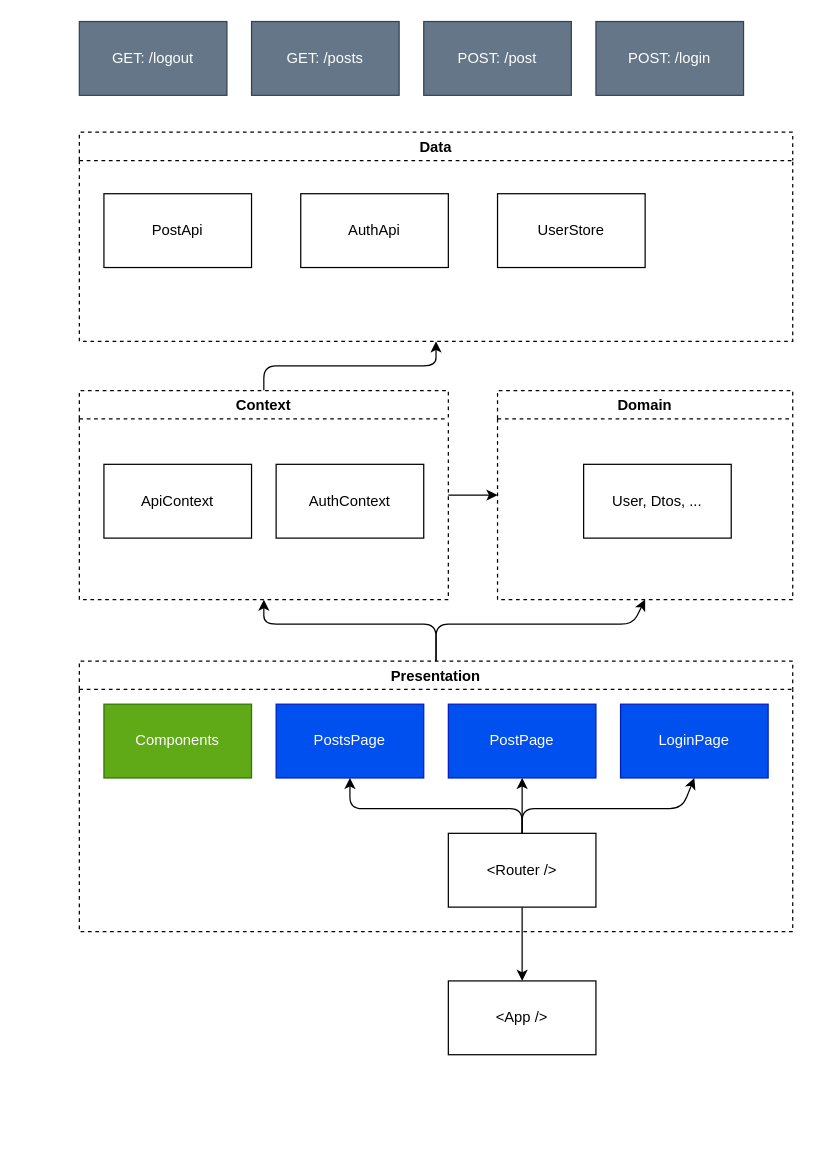
Earlier version of the draw.io diagram app/arch.dio (BrunoSilvaDF/projeto-padrao). Source tidied: cells renumbered, new cells numbered last; positions are measured from the earlier drawing's top-left corner, leaving out a move shared by most shapes. Both pictures are drawn from the tidied source at 123%, with x=0, y=0 at pixel (79, 21).
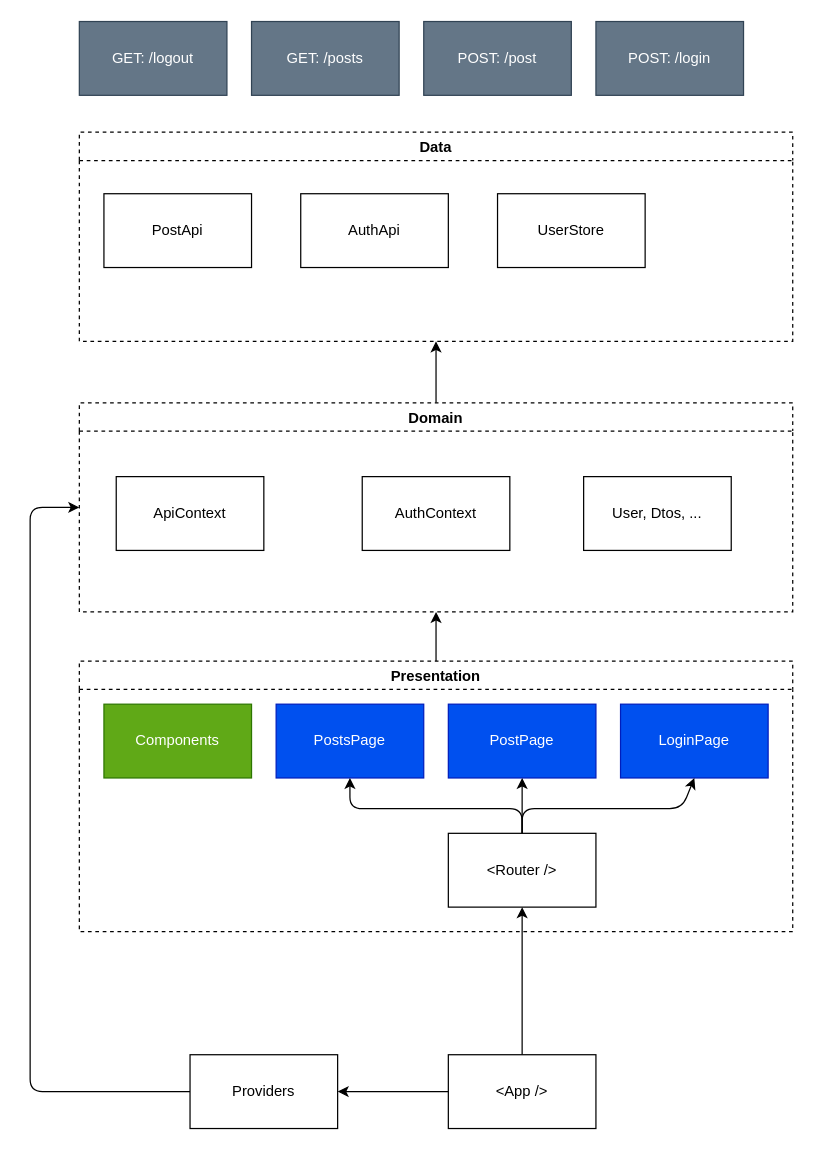
The same diagram, later.

Unchanged cells that the change refers to:
```xml
<mxCell id="6" value="Data" style="swimlane;dashed=1;fillColor=default;" parent="1" vertex="1">
  <mxGeometry y="90" width="580" height="170" as="geometry" />
</mxCell>
<mxCell id="17" value="Presentation" style="swimlane;dashed=1;fillColor=default;" parent="1" vertex="1">
  <mxGeometry y="520" width="580" height="220" as="geometry" />
</mxCell>
<mxCell id="25" value="&amp;lt;Router /&amp;gt;" style="rounded=0;whiteSpace=wrap;html=1;fillColor=default;" parent="17" vertex="1">
  <mxGeometry x="300" y="140" width="120" height="60" as="geometry" />
</mxCell>
```

Diff of the diagram source:
```diff
@@
-    <mxCell id="10" style="edgeStyle=none;html=1;entryX=0;entryY=0.5;entryDx=0;entryDy=0;" parent="1" edge="1" source="12" target="26">
-      <mxGeometry relative="1" as="geometry" />
-    </mxCell>
-    <mxCell id="11" style="edgeStyle=none;html=1;entryX=0.5;entryY=1;entryDx=0;entryDy=0;exitX=0.5;exitY=0;exitDx=0;exitDy=0;" parent="1" edge="1" source="12" target="6">
-      <mxGeometry relative="1" as="geometry">
-        <Array as="points">
-          <mxPoint x="150" y="280" />
-          <mxPoint x="290" y="280" />
-        </Array>
-      </mxGeometry>
+    <mxCell id="11" style="edgeStyle=none;html=1;entryX=0.5;entryY=1;entryDx=0;entryDy=0;" parent="1" edge="1" source="12" target="6">
+      <mxGeometry relative="1" as="geometry" />
     </mxCell>
-    <mxCell id="12" value="Context" style="swimlane;dashed=1;fillColor=default;" parent="1" vertex="1">
-      <mxGeometry y="300" width="300" height="170" as="geometry" />
+    <mxCell id="12" value="Domain" style="swimlane;dashed=1;fillColor=default;startSize=23;" parent="1" vertex="1">
+      <mxGeometry y="310" width="580" height="170" as="geometry" />
     </mxCell>
     <mxCell id="13" value="ApiContext" style="rounded=0;whiteSpace=wrap;html=1;fillColor=default;" parent="12" vertex="1">
-      <mxGeometry x="20" y="60" width="120" height="60" as="geometry" />
+      <mxGeometry x="30" y="60" width="120" height="60" as="geometry" />
     </mxCell>
     <mxCell id="14" value="AuthContext" style="rounded=0;whiteSpace=wrap;html=1;fillColor=default;" parent="12" vertex="1">
-      <mxGeometry x="160" y="60" width="120" height="60" as="geometry" />
+      <mxGeometry x="230" y="60" width="120" height="60" as="geometry" />
     </mxCell>
+    <mxCell id="27" value="User, Dtos, ..." style="rounded=0;whiteSpace=wrap;html=1;fillColor=default;" parent="12" vertex="1">
+      <mxGeometry x="410" y="60" width="120" height="60" as="geometry" />
+    </mxCell>
-    <mxCell id="15" style="edgeStyle=none;html=1;entryX=0.5;entryY=1;entryDx=0;entryDy=0;exitX=0.5;exitY=0;exitDx=0;exitDy=0;" parent="1" edge="1" source="17" target="12">
-      <mxGeometry relative="1" as="geometry">
-        <Array as="points">
-          <mxPoint x="290" y="490" />
-          <mxPoint x="150" y="490" />
-        </Array>
-      </mxGeometry>
+    <mxCell id="15" style="edgeStyle=none;html=1;exitX=0.5;exitY=0;exitDx=0;exitDy=0;entryX=0.5;entryY=1;entryDx=0;entryDy=0;" parent="1" edge="1" source="17" target="12">
+      <mxGeometry relative="1" as="geometry" />
     </mxCell>
-    <mxCell id="16" style="edgeStyle=none;html=1;entryX=0.5;entryY=1;entryDx=0;entryDy=0;" parent="1" edge="1" target="26">
-      <mxGeometry relative="1" as="geometry">
-        <mxPoint x="290" y="520" as="sourcePoint" />
-        <Array as="points">
-          <mxPoint x="290" y="490" />
-          <mxPoint x="450" y="490" />
-        </Array>
-      </mxGeometry>
-    </mxCell>
@@
-    <mxCell id="26" value="Domain" style="swimlane;dashed=1;fillColor=default;" parent="1" vertex="1">
-      <mxGeometry x="340" y="300" width="240" height="170" as="geometry" />
-    </mxCell>
-    <mxCell id="27" value="User, Dtos, ..." style="rounded=0;whiteSpace=wrap;html=1;fillColor=default;" parent="26" vertex="1">
-      <mxGeometry x="70" y="60" width="120" height="60" as="geometry" />
-    </mxCell>
+    <mxCell id="30" style="edgeStyle=none;html=1;" parent="1" edge="1" source="28" target="33">
+      <mxGeometry relative="1" as="geometry" />
+    </mxCell>
+    <mxCell id="31" style="edgeStyle=none;html=1;entryX=0.5;entryY=1;entryDx=0;entryDy=0;" parent="1" edge="1" source="28" target="25">
+      <mxGeometry relative="1" as="geometry" />
+    </mxCell>
     <mxCell id="28" value="&amp;lt;App /&amp;gt;" style="rounded=0;whiteSpace=wrap;html=1;fillColor=default;" parent="1" vertex="1">
-      <mxGeometry x="300" y="780" width="120" height="60" as="geometry" />
+      <mxGeometry x="300" y="840" width="120" height="60" as="geometry" />
     </mxCell>
-    <mxCell id="29" style="edgeStyle=none;html=1;" parent="1" edge="1" source="25" target="28">
-      <mxGeometry relative="1" as="geometry" />
-    </mxCell>
+    <mxCell id="32" style="edgeStyle=none;html=1;entryX=0;entryY=0.5;entryDx=0;entryDy=0;" parent="1" edge="1" source="33" target="12">
+      <mxGeometry relative="1" as="geometry">
+        <Array as="points">
+          <mxPoint x="-40" y="870" />
+          <mxPoint x="-40" y="395" />
+        </Array>
+      </mxGeometry>
+    </mxCell>
+    <mxCell id="33" value="Providers" style="rounded=0;whiteSpace=wrap;html=1;" parent="1" vertex="1">
+      <mxGeometry x="90" y="840" width="120" height="60" as="geometry" />
+    </mxCell>
```
